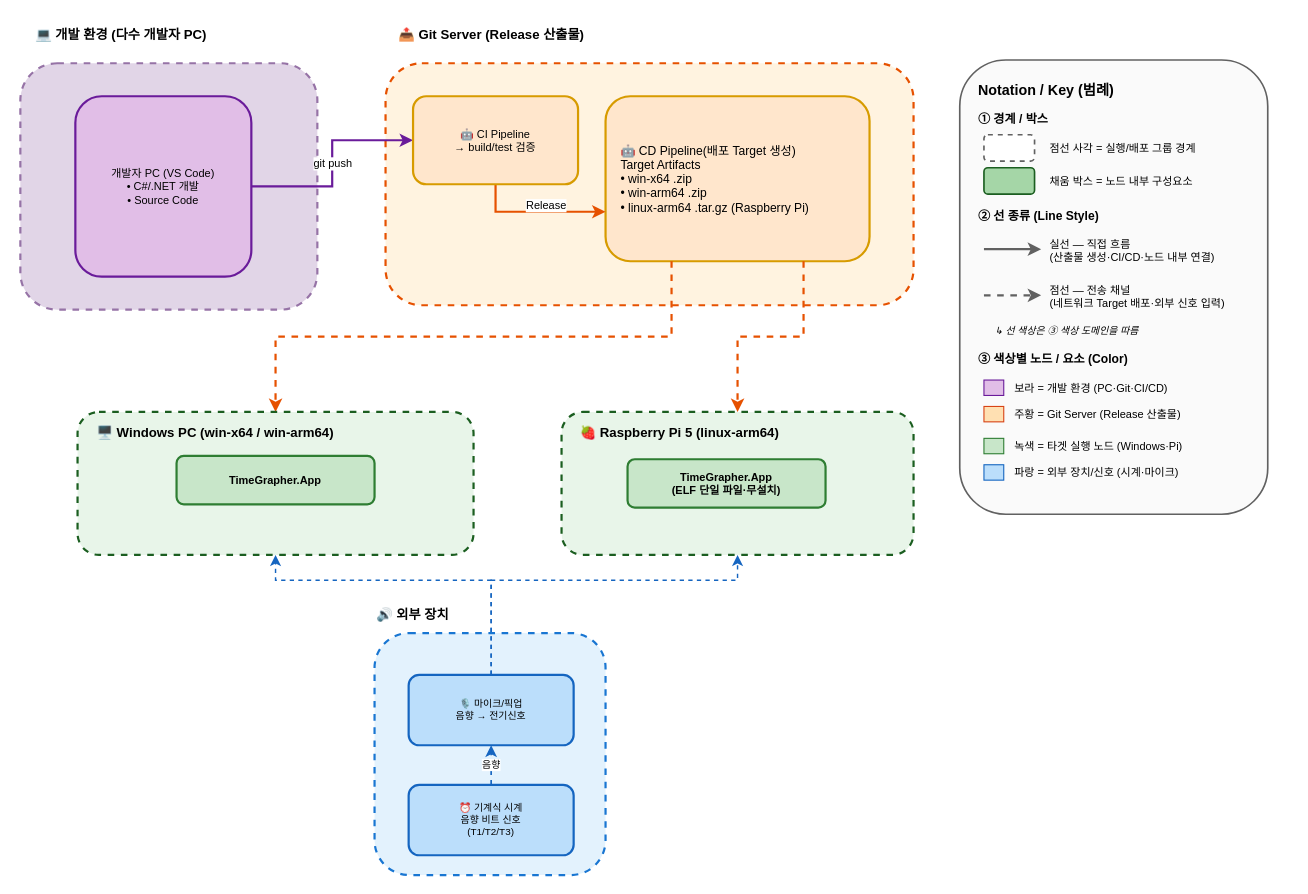
The draw.io diagram Milestone/assets/deployment-view-detailed.drawio in lgcmu2026-team5/TimeGrapher-Docs, before the edit. Source tidied: cells renumbered, new cells numbered last; positions are measured from the earlier drawing's top-left corner, leaving out a move shared by most shapes. Both pictures are drawn from the tidied source at 110%, with x=0, y=0 at pixel (20, 19).
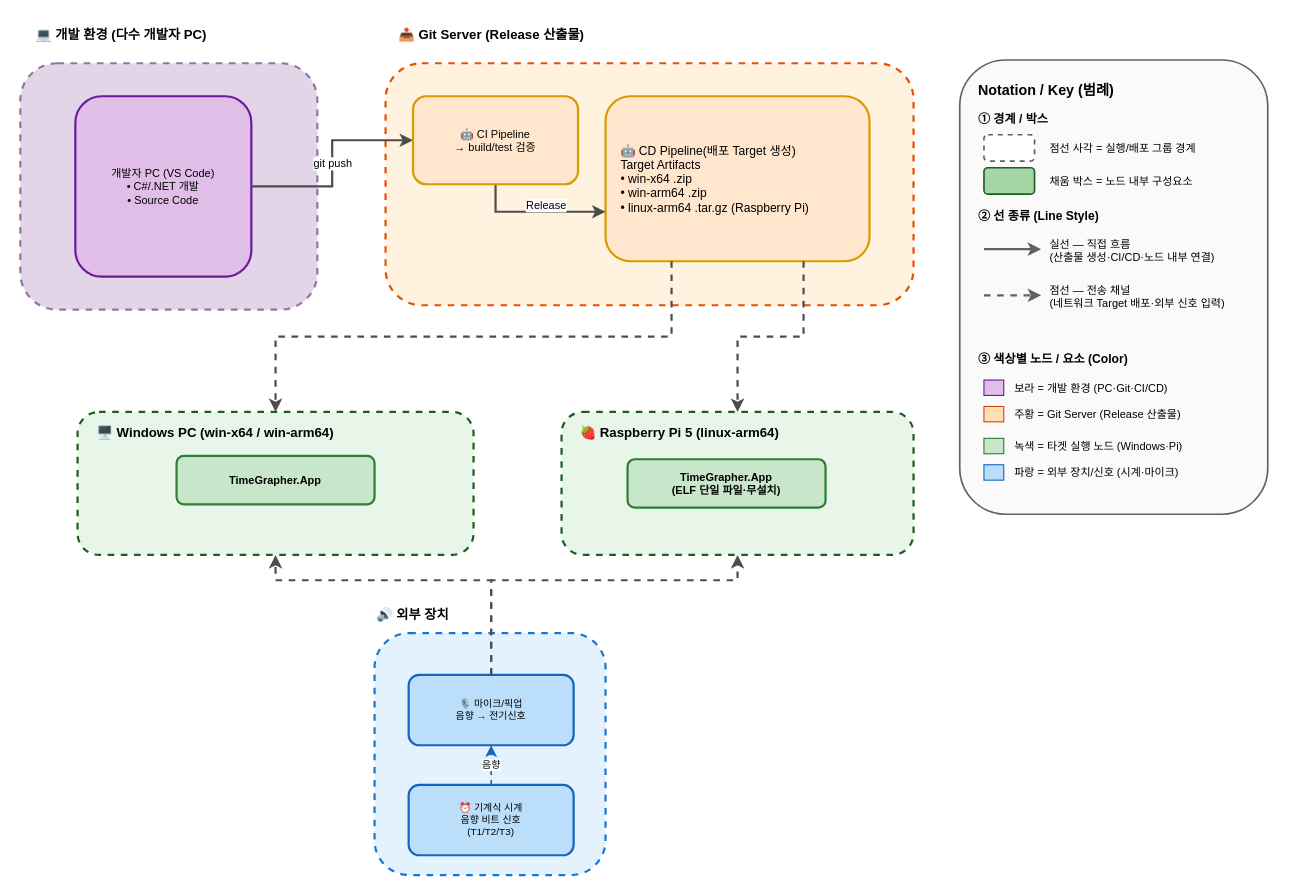
The same diagram, later.

Commit message (it also covers changes not shown here):
docs(architecture): update deployment view assets and EN document

Unchanged cells that the change refers to:
```xml
<mxCell id="5" value="개발자 PC (VS Code)&#10;• C#/.NET 개발&#10;• Source Code" style="rounded=1;fillColor=#E1BEE7;strokeColor=#6A1B9A;strokeWidth=2;align=center;verticalAlign=middle;fontSize=10;" parent="1" vertex="1">
  <mxGeometry x="50" y="70" width="160" height="164" as="geometry" />
</mxCell>
<mxCell id="8" value="🤖 CD Pipeline(배포 Target 생성)&#10;Target Artifacts&#10;• win-x64 .zip&#10;• win-arm64 .zip&#10;• linux-arm64 .tar.gz (Raspberry Pi)" style="rounded=1;fillColor=#ffe6cc;strokeColor=#d79b00;strokeWidth=2;align=left;verticalAlign=middle;fontSize=11;spacingLeft=12;" parent="1" vertex="1">
  <mxGeometry x="532" y="70" width="240" height="150" as="geometry" />
</mxCell>
<mxCell id="11" style="rounded=1;fillColor=#E8F5E9;strokeColor=#1B5E20;strokeWidth=2;dashed=1;" parent="1" vertex="1">
  <mxGeometry x="52" y="357" width="360" height="130" as="geometry" />
</mxCell>
<mxCell id="14" style="rounded=1;fillColor=#E8F5E9;strokeColor=#1B5E20;strokeWidth=2;dashed=1;" parent="1" vertex="1">
  <mxGeometry x="492" y="357" width="320" height="130" as="geometry" />
</mxCell>
<mxCell id="20" value="🎙️ 마이크/픽업&#10;음향 → 전기신호" style="rounded=1;fillColor=#BBDEFB;strokeColor=#1565C0;strokeWidth=2;align=center;verticalAlign=middle;fontSize=9;" parent="1" vertex="1">
  <mxGeometry x="353" y="596" width="150" height="64" as="geometry" />
</mxCell>
<mxCell id="44" value="🤖 CI Pipeline&#10;→ build/test 검증" style="rounded=1;fillColor=#ffe6cc;strokeColor=#d79b00;strokeWidth=2;align=center;verticalAlign=middle;fontSize=10;" parent="1" vertex="1">
  <mxGeometry x="357" y="70" width="150" height="80" as="geometry" />
</mxCell>
```

The edit, as a diff of the source:
```diff
@@
-    <mxCell id="6" value="git push" style="edgeStyle=orthogonalEdgeStyle;rounded=0;html=1;endArrow=classic;endFill=1;strokeColor=#6A1B9A;strokeWidth=2;fontSize=10;entryX=0;entryY=0.5;entryDx=0;entryDy=0;" parent="1" edge="1" source="5" target="44">
+    <mxCell id="6" value="git push" style="edgeStyle=orthogonalEdgeStyle;rounded=0;html=1;endArrow=classic;endFill=1;strokeColor=light-dark(#4D4D4D,#EDA9FF);strokeWidth=2;fontSize=10;entryX=0;entryY=0.5;entryDx=0;entryDy=0;" parent="1" edge="1" source="5" target="44">
       <mxGeometry relative="1" as="geometry" />
     </mxCell>
@@
-    <mxCell id="9" value="Release" style="edgeStyle=orthogonalEdgeStyle;rounded=0;html=1;endArrow=classic;endFill=1;strokeColor=#E65100;strokeWidth=2;fontSize=10;exitX=0.5;exitY=1;exitDx=0;exitDy=0;entryX=0;entryY=0.7;entryDx=0;entryDy=0;" parent="1" edge="1" source="44" target="8">
+    <mxCell id="9" value="Release" style="edgeStyle=orthogonalEdgeStyle;rounded=0;html=1;endArrow=classic;endFill=1;strokeColor=#4D4D4D;strokeWidth=2;fontSize=10;exitX=0.5;exitY=1;exitDx=0;exitDy=0;entryX=0;entryY=0.7;entryDx=0;entryDy=0;" parent="1" edge="1" source="44" target="8">
       <mxGeometry x="0.13" y="6" relative="1" as="geometry" />
     </mxCell>
-    <mxCell id="10" style="edgeStyle=orthogonalEdgeStyle;rounded=0;html=1;endArrow=classic;endFill=1;strokeColor=#E65100;strokeWidth=2;dashed=1;fontSize=10;exitX=0.25;exitY=1;exitDx=0;exitDy=0;entryX=0.5;entryY=0;entryDx=0;entryDy=0;" parent="1" edge="1" source="8" target="11">
+    <mxCell id="10" style="edgeStyle=orthogonalEdgeStyle;rounded=0;html=1;endArrow=classic;endFill=1;strokeColor=#4D4D4D;strokeWidth=2;dashed=1;fontSize=10;exitX=0.25;exitY=1;exitDx=0;exitDy=0;entryX=0.5;entryY=0;entryDx=0;entryDy=0;" parent="1" edge="1" source="8" target="11">
       <mxGeometry relative="1" as="geometry" />
     </mxCell>
@@
-    <mxCell id="34" value="↳ 선 색상은 ③ 색상 도메인을 따름" style="text;html=1;whiteSpace=nowrap;align=left;verticalAlign=middle;fontSize=9;fontStyle=2;fillColor=none;strokeColor=none;" parent="1" vertex="1">
-      <mxGeometry x="884" y="275" width="260" height="18" as="geometry" />
-    </mxCell>
@@
-    <mxCell id="45" style="edgeStyle=orthogonalEdgeStyle;rounded=0;html=1;endArrow=classic;endFill=1;strokeColor=#E65100;strokeWidth=2;dashed=1;fontSize=10;exitX=0.75;exitY=1;exitDx=0;exitDy=0;entryX=0.5;entryY=0;entryDx=0;entryDy=0;" parent="1" edge="1" source="8" target="14">
+    <mxCell id="45" style="edgeStyle=orthogonalEdgeStyle;rounded=0;html=1;endArrow=classic;endFill=1;strokeColor=#4D4D4D;strokeWidth=2;dashed=1;fontSize=10;exitX=0.75;exitY=1;exitDx=0;exitDy=0;entryX=0.5;entryY=0;entryDx=0;entryDy=0;" parent="1" edge="1" source="8" target="14">
       <mxGeometry relative="1" as="geometry" />
     </mxCell>
@@
-    <mxCell id="47" style="edgeStyle=orthogonalEdgeStyle;rounded=0;html=1;endArrow=classic;endFill=1;strokeColor=#1565C0;strokeWidth=1.3;dashed=1;fontSize=9;exitX=0.5;exitY=0;exitDx=0;exitDy=0;entryX=0.5;entryY=1;entryDx=0;entryDy=0;" parent="1" edge="1" source="20" target="11">
+    <mxCell id="47" style="edgeStyle=orthogonalEdgeStyle;rounded=0;html=1;endArrow=classic;endFill=1;strokeColor=#4D4D4D;strokeWidth=2;dashed=1;fontSize=9;exitX=0.5;exitY=0;exitDx=0;exitDy=0;entryX=0.5;entryY=1;entryDx=0;entryDy=0;" parent="1" edge="1" source="20" target="11">
       <mxGeometry relative="1" as="geometry">
         <Array as="points">
           <mxPoint x="428" y="510" />
           <mxPoint x="232" y="510" />
         </Array>
       </mxGeometry>
     </mxCell>
-    <mxCell id="48" style="edgeStyle=orthogonalEdgeStyle;rounded=0;html=1;endArrow=classic;endFill=1;strokeColor=#1565C0;strokeWidth=1.3;dashed=1;fontSize=9;exitX=0.5;exitY=0;exitDx=0;exitDy=0;entryX=0.5;entryY=1;entryDx=0;entryDy=0;" parent="1" edge="1" source="20" target="14">
+    <mxCell id="48" style="edgeStyle=orthogonalEdgeStyle;rounded=0;html=1;endArrow=classic;endFill=1;strokeColor=#4D4D4D;strokeWidth=2;dashed=1;fontSize=9;exitX=0.5;exitY=0;exitDx=0;exitDy=0;entryX=0.5;entryY=1;entryDx=0;entryDy=0;" parent="1" edge="1" source="20" target="14">
       <mxGeometry relative="1" as="geometry">
         <Array as="points">
           <mxPoint x="428" y="510" />
           <mxPoint x="652" y="510" />
         </Array>
       </mxGeometry>
     </mxCell>
```
